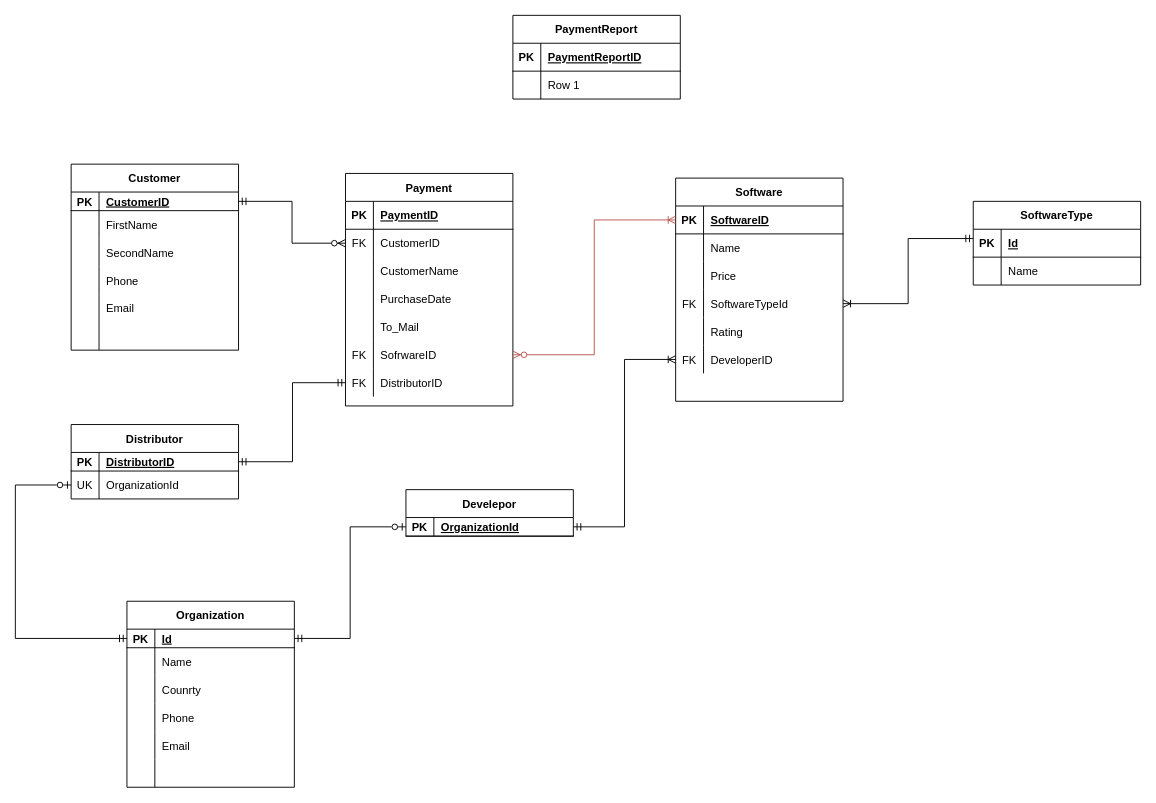
The draw.io diagram ER_Diagr.drawio in NikitaGusevZ/FirstRepository, before the edit. Source tidied: cells renumbered, new cells numbered last; positions are measured from the earlier drawing's top-left corner, leaving out a move shared by most shapes. Both pictures are drawn from the tidied source at 93%, with x=0, y=0 at pixel (15, 15).
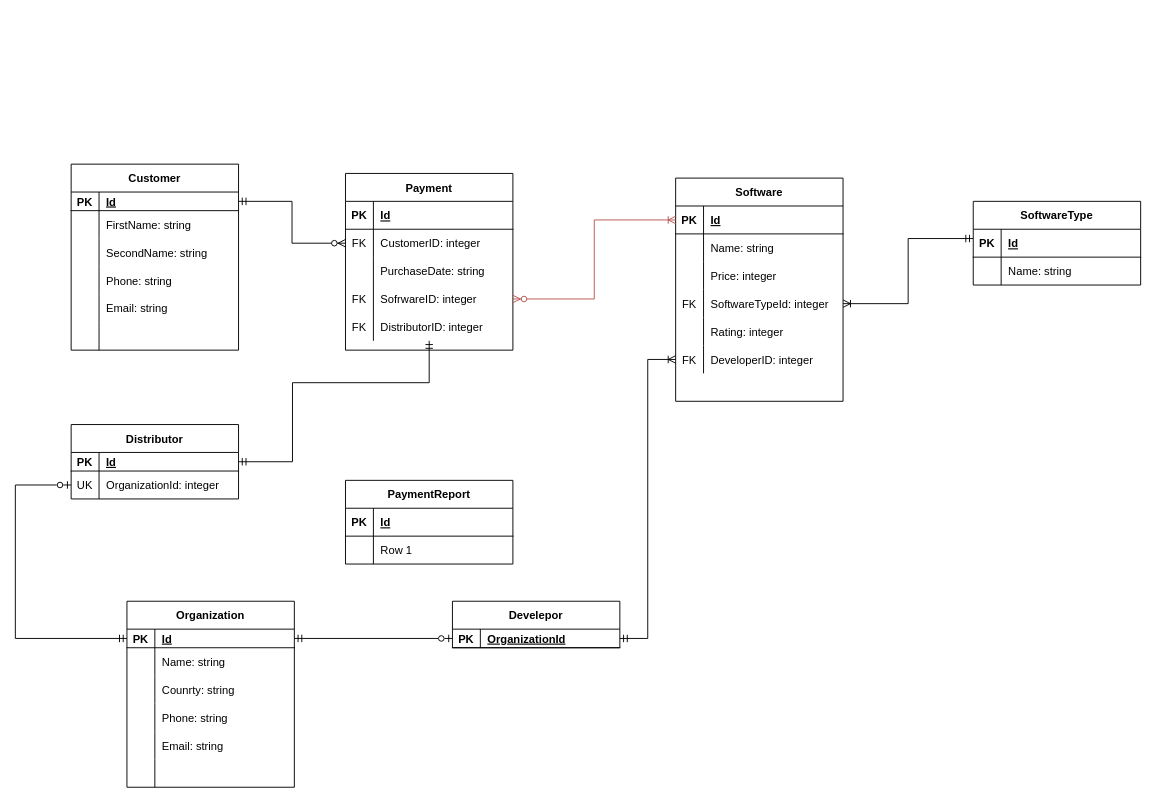
Above is the later version.

Unchanged cells that the change refers to:
```xml
<mxCell id="3" style="shape=partialRectangle;fillColor=none;top=0;left=0;bottom=1;right=0;points=[[0,0.5],[1,0.5]];portConstraint=eastwest;strokeColor=default;" parent="2" vertex="1">
  <mxGeometry y="30" width="180" height="20" as="geometry" />
</mxCell>
<mxCell id="6" style="shape=partialRectangle;fillColor=none;top=0;left=0;bottom=0;right=0;strokeColor=default;" parent="2" vertex="1">
  <mxGeometry y="50" width="180" height="30" as="geometry" />
</mxCell>
<mxCell id="9" style="shape=partialRectangle;fillColor=none;top=0;left=0;bottom=0;right=0;strokeColor=default;" parent="2" vertex="1">
  <mxGeometry y="80" width="180" height="30" as="geometry" />
</mxCell>
<mxCell id="12" style="shape=partialRectangle;fillColor=none;top=0;left=0;bottom=0;right=0;strokeColor=default;" parent="2" vertex="1">
  <mxGeometry y="110" width="180" height="30" as="geometry" />
</mxCell>
<mxCell id="15" style="shape=partialRectangle;fillColor=none;top=0;left=0;bottom=0;right=0;strokeColor=default;" parent="2" vertex="1">
  <mxGeometry y="140" width="180" height="30" as="geometry" />
</mxCell>
<mxCell id="22" style="shape=partialRectangle;fillColor=none;top=0;left=0;bottom=1;right=0;points=[[0,0.5],[1,0.5]];portConstraint=eastwest;strokeColor=default;" parent="21" vertex="1">
  <mxGeometry y="30" width="180" height="30" as="geometry" />
</mxCell>
<mxCell id="25" style="shape=partialRectangle;fillColor=none;top=0;left=0;bottom=0;right=0;strokeColor=default;" parent="21" vertex="1">
  <mxGeometry y="60" width="180" height="30" as="geometry" />
</mxCell>
<mxCell id="28" style="shape=partialRectangle;fillColor=none;top=0;left=0;bottom=0;right=0;strokeColor=default;" parent="21" vertex="1">
  <mxGeometry y="90" width="180" height="30" as="geometry" />
</mxCell>
<mxCell id="31" style="shape=partialRectangle;fillColor=none;top=0;left=0;bottom=0;right=0;points=[[0,0.5],[1,0.5]];portConstraint=eastwest;strokeColor=default;" parent="21" vertex="1">
  <mxGeometry y="120" width="180" height="30" as="geometry" />
</mxCell>
<mxCell id="34" style="shape=partialRectangle;fillColor=none;top=0;left=0;bottom=0;right=0;" parent="21" vertex="1">
  <mxGeometry y="150" width="180" height="30" as="geometry" />
</mxCell>
<mxCell id="37" style="shape=partialRectangle;fillColor=none;top=0;left=0;bottom=0;right=0;points=[[0,0.5],[1,0.5]];portConstraint=eastwest;strokeColor=default;" parent="21" vertex="1">
  <mxGeometry y="180" width="180" height="30" as="geometry" />
</mxCell>
<mxCell id="41" style="shape=partialRectangle;fillColor=none;top=0;left=0;bottom=1;right=0;strokeColor=default;" parent="40" vertex="1">
  <mxGeometry y="30" width="180" height="30" as="geometry" />
</mxCell>
<mxCell id="44" style="shape=partialRectangle;fillColor=none;top=0;left=0;bottom=0;right=0;points=[[0,0.5],[1,0.5]];portConstraint=eastwest;strokeColor=default;" parent="40" vertex="1">
  <mxGeometry y="60" width="180" height="30" as="geometry" />
</mxCell>
<mxCell id="65" style="shape=partialRectangle;fillColor=none;top=0;left=0;bottom=1;right=0;points=[[0,0.5],[1,0.5]];portConstraint=eastwest;strokeColor=default;" parent="64" vertex="1">
  <mxGeometry y="30" width="180" height="20" as="geometry" />
</mxCell>
<mxCell id="68" style="shape=partialRectangle;fillColor=none;top=0;left=0;bottom=0;right=0;points=[[0,0.5],[1,0.5]];portConstraint=eastwest;strokeColor=default;" parent="64" vertex="1">
  <mxGeometry y="50" width="180" height="30" as="geometry" />
</mxCell>
<mxCell id="81" style="shape=partialRectangle;fillColor=none;top=0;left=0;bottom=0;right=0;strokeColor=default;" parent="77" vertex="1">
  <mxGeometry y="60" width="180" height="30" as="geometry" />
</mxCell>
<mxCell id="89" style="shape=partialRectangle;fillColor=none;top=0;left=0;bottom=0;right=0;strokeColor=default;" parent="85" vertex="1">
  <mxGeometry y="50" width="180" height="30" as="geometry" />
</mxCell>
<mxCell id="92" style="shape=partialRectangle;fillColor=none;top=0;left=0;bottom=0;right=0;strokeColor=default;" parent="85" vertex="1">
  <mxGeometry y="80" width="180" height="30" as="geometry" />
</mxCell>
<mxCell id="95" style="shape=partialRectangle;fillColor=none;top=0;left=0;bottom=0;right=0;strokeColor=default;" parent="85" vertex="1">
  <mxGeometry y="110" width="180" height="30" as="geometry" />
</mxCell>
<mxCell id="98" style="shape=partialRectangle;fillColor=none;top=0;left=0;bottom=0;right=0;strokeColor=default;" parent="85" vertex="1">
  <mxGeometry y="140" width="180" height="30" as="geometry" />
</mxCell>
<mxCell id="107" style="shape=partialRectangle;fillColor=none;top=0;left=0;bottom=1;right=0;" parent="106" vertex="1">
  <mxGeometry y="30" width="180" height="30" as="geometry" />
</mxCell>
```

What changed in the source:
```diff
@@
-    <mxCell id="5" value="CustomerID" style="shape=partialRectangle;fillColor=none;top=0;left=0;bottom=0;right=0;align=left;spacingLeft=6;fontStyle=5;overflow=hidden;strokeColor=default;" parent="3" vertex="1">
+    <mxCell id="5" value="Id" style="shape=partialRectangle;fillColor=none;top=0;left=0;bottom=0;right=0;align=left;spacingLeft=6;fontStyle=5;overflow=hidden;strokeColor=default;" parent="3" vertex="1">
       <mxGeometry x="30" width="150" height="20" as="geometry" />
     </mxCell>
@@
-    <mxCell id="8" value="FirstName" style="shape=partialRectangle;fillColor=none;top=0;left=0;bottom=0;right=0;align=left;spacingLeft=6;overflow=hidden;strokeColor=default;" parent="6" vertex="1">
+    <mxCell id="8" value="FirstName: string" style="shape=partialRectangle;fillColor=none;top=0;left=0;bottom=0;right=0;align=left;spacingLeft=6;overflow=hidden;strokeColor=default;" parent="6" vertex="1">
       <mxGeometry x="30" width="150" height="30" as="geometry" />
     </mxCell>
@@
-    <mxCell id="11" value="SecondName" style="shape=partialRectangle;fillColor=none;top=0;left=0;bottom=0;right=0;align=left;spacingLeft=6;overflow=hidden;strokeColor=default;" parent="9" vertex="1">
+    <mxCell id="11" value="SecondName: string" style="shape=partialRectangle;fillColor=none;top=0;left=0;bottom=0;right=0;align=left;spacingLeft=6;overflow=hidden;strokeColor=default;" parent="9" vertex="1">
       <mxGeometry x="30" width="150" height="30" as="geometry" />
     </mxCell>
@@
-    <mxCell id="14" value="Phone" style="shape=partialRectangle;fillColor=none;top=0;left=0;bottom=0;right=0;align=left;spacingLeft=6;overflow=hidden;strokeColor=default;" parent="12" vertex="1">
+    <mxCell id="14" value="Phone: string" style="shape=partialRectangle;fillColor=none;top=0;left=0;bottom=0;right=0;align=left;spacingLeft=6;overflow=hidden;strokeColor=default;" parent="12" vertex="1">
       <mxGeometry x="30" width="150" height="30" as="geometry" />
     </mxCell>
@@
-    <mxCell id="17" value="Email" style="shape=partialRectangle;fillColor=none;top=0;left=0;bottom=0;right=0;align=left;spacingLeft=6;overflow=hidden;strokeColor=default;" parent="15" vertex="1">
+    <mxCell id="17" value="Email: string" style="shape=partialRectangle;fillColor=none;top=0;left=0;bottom=0;right=0;align=left;spacingLeft=6;overflow=hidden;strokeColor=default;" parent="15" vertex="1">
       <mxGeometry x="30" width="150" height="30" as="geometry" />
     </mxCell>
@@
-    <mxCell id="24" value="SoftwareID" style="shape=partialRectangle;fillColor=none;top=0;left=0;bottom=0;right=0;align=left;spacingLeft=6;fontStyle=5;overflow=hidden;strokeColor=default;" parent="22" vertex="1">
+    <mxCell id="24" value="Id" style="shape=partialRectangle;fillColor=none;top=0;left=0;bottom=0;right=0;align=left;spacingLeft=6;fontStyle=5;overflow=hidden;strokeColor=default;" parent="22" vertex="1">
       <mxGeometry x="30" width="150" height="30" as="geometry" />
     </mxCell>
@@
-    <mxCell id="27" value="Name" style="shape=partialRectangle;fillColor=none;top=0;left=0;bottom=0;right=0;align=left;spacingLeft=6;overflow=hidden;strokeColor=default;" parent="25" vertex="1">
+    <mxCell id="27" value="Name: string" style="shape=partialRectangle;fillColor=none;top=0;left=0;bottom=0;right=0;align=left;spacingLeft=6;overflow=hidden;strokeColor=default;" parent="25" vertex="1">
       <mxGeometry x="30" width="150" height="30" as="geometry" />
     </mxCell>
@@
-    <mxCell id="30" value="Price" style="shape=partialRectangle;fillColor=none;top=0;left=0;bottom=0;right=0;align=left;spacingLeft=6;overflow=hidden;strokeColor=default;" parent="28" vertex="1">
+    <mxCell id="30" value="Price: integer" style="shape=partialRectangle;fillColor=none;top=0;left=0;bottom=0;right=0;align=left;spacingLeft=6;overflow=hidden;strokeColor=default;" parent="28" vertex="1">
       <mxGeometry x="30" width="150" height="30" as="geometry" />
     </mxCell>
@@
-    <mxCell id="33" value="SoftwareTypeId" style="shape=partialRectangle;fillColor=none;top=0;left=0;bottom=0;right=0;align=left;spacingLeft=6;overflow=hidden;strokeColor=default;" parent="31" vertex="1">
+    <mxCell id="33" value="SoftwareTypeId: integer" style="shape=partialRectangle;fillColor=none;top=0;left=0;bottom=0;right=0;align=left;spacingLeft=6;overflow=hidden;strokeColor=default;" parent="31" vertex="1">
       <mxGeometry x="30" width="150" height="30" as="geometry" />
     </mxCell>
@@
-    <mxCell id="36" value="Rating" style="shape=partialRectangle;fillColor=none;top=0;left=0;bottom=0;right=0;align=left;spacingLeft=6;overflow=hidden;" parent="34" vertex="1">
+    <mxCell id="36" value="Rating: integer" style="shape=partialRectangle;fillColor=none;top=0;left=0;bottom=0;right=0;align=left;spacingLeft=6;overflow=hidden;" parent="34" vertex="1">
       <mxGeometry x="30" width="150" height="30" as="geometry" />
     </mxCell>
@@
-    <mxCell id="39" value="DeveloperID" style="shape=partialRectangle;fillColor=none;top=0;left=0;bottom=0;right=0;align=left;spacingLeft=6;overflow=hidden;strokeColor=default;" parent="37" vertex="1">
+    <mxCell id="39" value="DeveloperID: integer" style="shape=partialRectangle;fillColor=none;top=0;left=0;bottom=0;right=0;align=left;spacingLeft=6;overflow=hidden;strokeColor=default;" parent="37" vertex="1">
       <mxGeometry x="30" width="150" height="30" as="geometry" />
     </mxCell>
     <mxCell id="40" value="Payment" style="shape=table;startSize=30;childLayout=tableLayout;rowLines=0;fontStyle=1;align=center;strokeColor=default;" parent="1" vertex="1">
-      <mxGeometry x="355" y="170" width="180" height="250" as="geometry" />
+      <mxGeometry x="355" y="170" width="180" height="190" as="geometry" />
     </mxCell>
@@
-    <mxCell id="43" value="PaymentID" style="shape=partialRectangle;fillColor=none;top=0;left=0;bottom=0;right=0;align=left;spacingLeft=6;fontStyle=5;overflow=hidden;strokeColor=default;" parent="41" vertex="1">
+    <mxCell id="43" value="Id" style="shape=partialRectangle;fillColor=none;top=0;left=0;bottom=0;right=0;align=left;spacingLeft=6;fontStyle=5;overflow=hidden;strokeColor=default;" parent="41" vertex="1">
       <mxGeometry x="30" width="150" height="30" as="geometry" />
     </mxCell>
@@
-    <mxCell id="46" value="CustomerID" style="shape=partialRectangle;fillColor=none;top=0;left=0;bottom=0;right=0;align=left;spacingLeft=6;overflow=hidden;strokeColor=default;" parent="44" vertex="1">
+    <mxCell id="46" value="CustomerID: integer" style="shape=partialRectangle;fillColor=none;top=0;left=0;bottom=0;right=0;align=left;spacingLeft=6;overflow=hidden;strokeColor=default;" parent="44" vertex="1">
       <mxGeometry x="30" width="150" height="30" as="geometry" />
     </mxCell>
-    <mxCell id="47" style="shape=partialRectangle;fillColor=none;top=0;left=0;bottom=0;right=0;strokeColor=default;" parent="40" vertex="1">
-      <mxGeometry y="90" width="180" height="30" as="geometry" />
-    </mxCell>
-    <mxCell id="48" style="shape=partialRectangle;fillColor=none;top=0;left=0;bottom=0;right=0;overflow=hidden;strokeColor=default;" parent="47" vertex="1">
-      <mxGeometry width="30" height="30" as="geometry" />
-    </mxCell>
-    <mxCell id="49" value="CustomerName" style="shape=partialRectangle;fillColor=none;top=0;left=0;bottom=0;right=0;align=left;spacingLeft=6;overflow=hidden;strokeColor=default;" parent="47" vertex="1">
-      <mxGeometry x="30" width="150" height="30" as="geometry" />
-    </mxCell>
     <mxCell id="50" style="shape=partialRectangle;fillColor=none;top=0;left=0;bottom=0;right=0;strokeColor=default;" parent="40" vertex="1">
-      <mxGeometry y="120" width="180" height="30" as="geometry" />
+      <mxGeometry y="90" width="180" height="30" as="geometry" />
     </mxCell>
@@
-    <mxCell id="52" value="PurchaseDate" style="shape=partialRectangle;fillColor=none;top=0;left=0;bottom=0;right=0;align=left;spacingLeft=6;overflow=hidden;strokeColor=default;" parent="50" vertex="1">
+    <mxCell id="52" value="PurchaseDate: string" style="shape=partialRectangle;fillColor=none;top=0;left=0;bottom=0;right=0;align=left;spacingLeft=6;overflow=hidden;strokeColor=default;" parent="50" vertex="1">
       <mxGeometry x="30" width="150" height="30" as="geometry" />
     </mxCell>
-    <mxCell id="53" style="shape=partialRectangle;fillColor=none;top=0;left=0;bottom=0;right=0;strokeColor=default;" parent="40" vertex="1">
-      <mxGeometry y="150" width="180" height="30" as="geometry" />
-    </mxCell>
-    <mxCell id="54" style="shape=partialRectangle;fillColor=none;top=0;left=0;bottom=0;right=0;overflow=hidden;strokeColor=default;" parent="53" vertex="1">
-      <mxGeometry width="30" height="30" as="geometry" />
-    </mxCell>
-    <mxCell id="55" value="To_Mail" style="shape=partialRectangle;fillColor=none;top=0;left=0;bottom=0;right=0;align=left;spacingLeft=6;overflow=hidden;strokeColor=default;" parent="53" vertex="1">
-      <mxGeometry x="30" width="150" height="30" as="geometry" />
-    </mxCell>
     <mxCell id="56" style="shape=partialRectangle;fillColor=none;top=0;left=0;bottom=0;right=0;points=[[0,0.5],[1,0.5]];portConstraint=eastwest;strokeColor=default;" parent="40" vertex="1">
-      <mxGeometry y="180" width="180" height="30" as="geometry" />
+      <mxGeometry y="120" width="180" height="30" as="geometry" />
     </mxCell>
@@
-    <mxCell id="58" value="SofrwareID" style="shape=partialRectangle;fillColor=none;top=0;left=0;bottom=0;right=0;align=left;spacingLeft=6;overflow=hidden;strokeColor=default;" parent="56" vertex="1">
+    <mxCell id="58" value="SofrwareID: integer" style="shape=partialRectangle;fillColor=none;top=0;left=0;bottom=0;right=0;align=left;spacingLeft=6;overflow=hidden;strokeColor=default;" parent="56" vertex="1">
       <mxGeometry x="30" width="150" height="30" as="geometry" />
     </mxCell>
     <mxCell id="59" style="shape=partialRectangle;fillColor=none;top=0;left=0;bottom=0;right=0;points=[[0,0.5],[1,0.5]];portConstraint=eastwest;strokeColor=default;" parent="40" vertex="1">
-      <mxGeometry y="210" width="180" height="30" as="geometry" />
+      <mxGeometry y="150" width="180" height="30" as="geometry" />
     </mxCell>
@@
-    <mxCell id="61" value="DistributorID" style="shape=partialRectangle;fillColor=none;top=0;left=0;bottom=0;right=0;align=left;spacingLeft=6;overflow=hidden;strokeColor=default;" parent="59" vertex="1">
+    <mxCell id="61" value="DistributorID: integer" style="shape=partialRectangle;fillColor=none;top=0;left=0;bottom=0;right=0;align=left;spacingLeft=6;overflow=hidden;strokeColor=default;" parent="59" vertex="1">
       <mxGeometry x="30" width="150" height="30" as="geometry" />
     </mxCell>
@@
-    <mxCell id="67" value="DistributorID" style="shape=partialRectangle;fillColor=none;top=0;left=0;bottom=0;right=0;align=left;spacingLeft=6;fontStyle=5;overflow=hidden;strokeColor=default;" parent="65" vertex="1">
+    <mxCell id="67" value="Id" style="shape=partialRectangle;fillColor=none;top=0;left=0;bottom=0;right=0;align=left;spacingLeft=6;fontStyle=5;overflow=hidden;strokeColor=default;" parent="65" vertex="1">
       <mxGeometry x="30" width="150" height="20" as="geometry" />
     </mxCell>
@@
-    <mxCell id="70" value="OrganizationId" style="shape=partialRectangle;fillColor=none;top=0;left=0;bottom=0;right=0;align=left;spacingLeft=6;overflow=hidden;strokeColor=default;" parent="68" vertex="1">
+    <mxCell id="70" value="OrganizationId: integer" style="shape=partialRectangle;fillColor=none;top=0;left=0;bottom=0;right=0;align=left;spacingLeft=6;overflow=hidden;strokeColor=default;" parent="68" vertex="1">
       <mxGeometry x="30" width="150" height="30" as="geometry" />
     </mxCell>
@@
     <mxCell id="72" value="Develepor" style="shape=table;startSize=30;childLayout=tableLayout;rowLines=0;fontStyle=1;align=center;strokeColor=default;" parent="1" vertex="1">
-      <mxGeometry x="420" y="510" width="180" height="50" as="geometry" />
+      <mxGeometry x="470" y="630" width="180" height="50" as="geometry" />
     </mxCell>
@@
-    <mxCell id="83" value="Name" style="shape=partialRectangle;fillColor=none;top=0;left=0;bottom=0;right=0;align=left;spacingLeft=6;overflow=hidden;strokeColor=default;" parent="81" vertex="1">
+    <mxCell id="83" value="Name: string" style="shape=partialRectangle;fillColor=none;top=0;left=0;bottom=0;right=0;align=left;spacingLeft=6;overflow=hidden;strokeColor=default;" parent="81" vertex="1">
       <mxGeometry x="30" width="150" height="30" as="geometry" />
     </mxCell>
@@
-    <mxCell id="91" value="Name" style="shape=partialRectangle;fillColor=none;top=0;left=0;bottom=0;right=0;align=left;spacingLeft=6;overflow=hidden;strokeColor=default;" parent="89" vertex="1">
+    <mxCell id="91" value="Name: string" style="shape=partialRectangle;fillColor=none;top=0;left=0;bottom=0;right=0;align=left;spacingLeft=6;overflow=hidden;strokeColor=default;" parent="89" vertex="1">
       <mxGeometry x="30" width="150" height="30" as="geometry" />
     </mxCell>
@@
-    <mxCell id="94" value="Counrty" style="shape=partialRectangle;fillColor=none;top=0;left=0;bottom=0;right=0;align=left;spacingLeft=6;overflow=hidden;strokeColor=default;" parent="92" vertex="1">
+    <mxCell id="94" value="Counrty: string" style="shape=partialRectangle;fillColor=none;top=0;left=0;bottom=0;right=0;align=left;spacingLeft=6;overflow=hidden;strokeColor=default;" parent="92" vertex="1">
       <mxGeometry x="30" width="150" height="30" as="geometry" />
     </mxCell>
@@
-    <mxCell id="97" value="Phone" style="shape=partialRectangle;fillColor=none;top=0;left=0;bottom=0;right=0;align=left;spacingLeft=6;overflow=hidden;strokeColor=default;" parent="95" vertex="1">
+    <mxCell id="97" value="Phone: string" style="shape=partialRectangle;fillColor=none;top=0;left=0;bottom=0;right=0;align=left;spacingLeft=6;overflow=hidden;strokeColor=default;" parent="95" vertex="1">
       <mxGeometry x="30" width="150" height="30" as="geometry" />
     </mxCell>
@@
-    <mxCell id="100" value="Email" style="shape=partialRectangle;fillColor=none;top=0;left=0;bottom=0;right=0;align=left;spacingLeft=6;overflow=hidden;strokeColor=default;" parent="98" vertex="1">
+    <mxCell id="100" value="Email: string" style="shape=partialRectangle;fillColor=none;top=0;left=0;bottom=0;right=0;align=left;spacingLeft=6;overflow=hidden;strokeColor=default;" parent="98" vertex="1">
       <mxGeometry x="30" width="150" height="30" as="geometry" />
     </mxCell>
@@
     <mxCell id="106" value="PaymentReport" style="shape=table;startSize=30;childLayout=tableLayout;rowLines=0;fontStyle=1;align=center;" parent="1" vertex="1">
-      <mxGeometry x="535" width="180" height="90" as="geometry" />
+      <mxGeometry x="355" y="500" width="180" height="90" as="geometry" />
     </mxCell>
@@
-    <mxCell id="109" value="PaymentReportID" style="shape=partialRectangle;fillColor=none;top=0;left=0;bottom=0;right=0;align=left;spacingLeft=6;fontStyle=5;overflow=hidden;" parent="107" vertex="1">
+    <mxCell id="109" value="Id" style="shape=partialRectangle;fillColor=none;top=0;left=0;bottom=0;right=0;align=left;spacingLeft=6;fontStyle=5;overflow=hidden;" parent="107" vertex="1">
       <mxGeometry x="30" width="150" height="30" as="geometry" />
     </mxCell>
```
